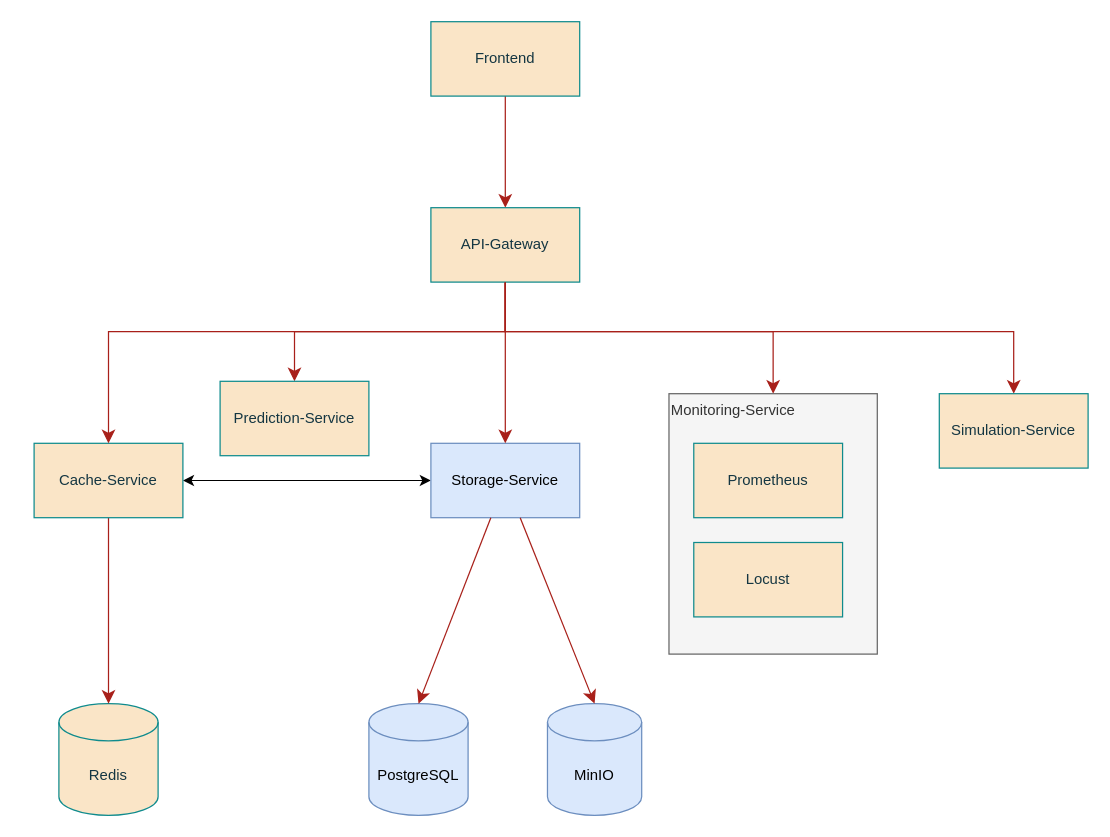
MarvMa/ARPAS-Services keeps this draw.io diagram as documentation/diagrams/Architecture-diagram.drawio. Above is the earlier version. Source tidied: cells renumbered, new cells numbered last; positions are measured from the earlier drawing's top-left corner, leaving out a move shared by most shapes. Both pictures are drawn from the tidied source at 124%, with x=0, y=0 at pixel (33, 21).
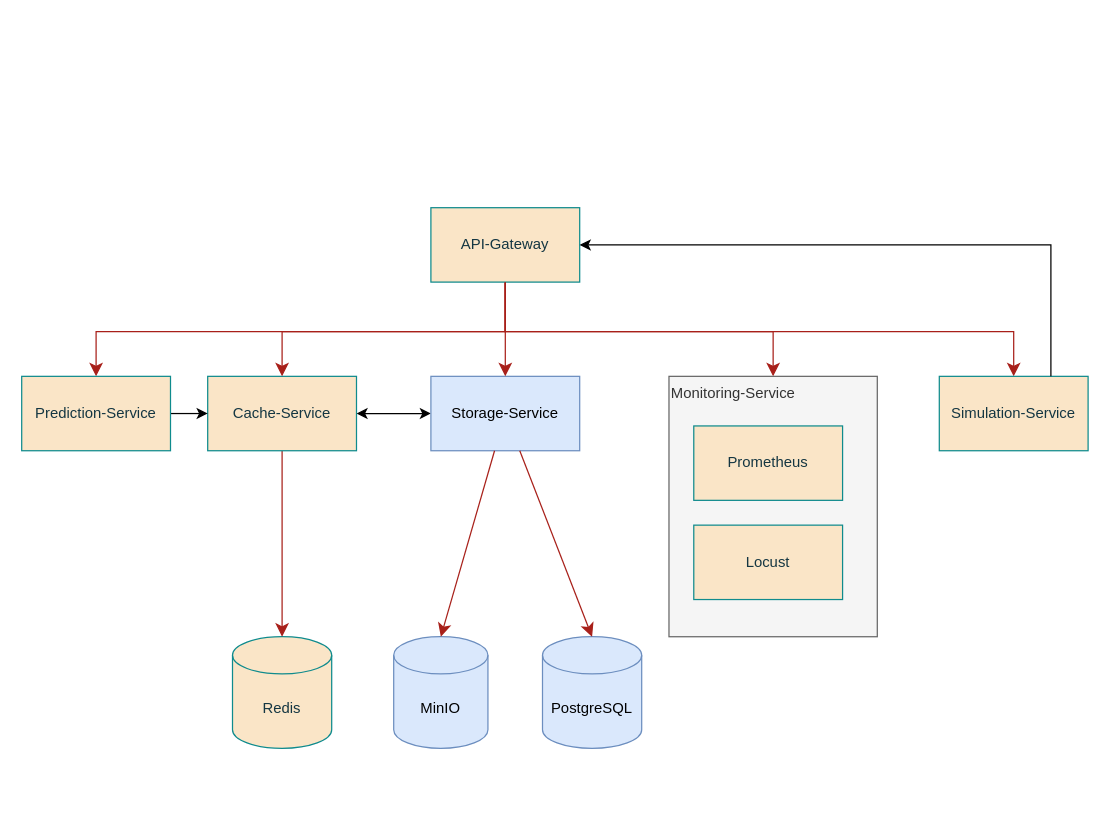
After the change.

The change refers to these unchanged cells:
```xml
<mxCell id="10" value="API-Gateway" style="rounded=0;whiteSpace=wrap;html=1;labelBackgroundColor=none;fillColor=#FAE5C7;strokeColor=#0F8B8D;fontColor=#143642;" parent="1" vertex="1">
  <mxGeometry x="320" y="150" width="120" height="60" as="geometry" />
</mxCell>
```

Diff of the diagram source:
```diff
@@
     <mxCell id="3" value="Storage-Service" style="rounded=0;whiteSpace=wrap;html=1;labelBackgroundColor=none;fillColor=#dae8fc;strokeColor=#6c8ebf;" parent="1" vertex="1">
-      <mxGeometry x="320" y="340" width="120" height="60" as="geometry" />
+      <mxGeometry x="320" y="286" width="120" height="60" as="geometry" />
     </mxCell>
-    <mxCell id="4" style="edgeStyle=none;curved=1;rounded=0;jettySize=auto;html=1;fontSize=12;startSize=8;endSize=8;labelBackgroundColor=none;strokeColor=#A8201A;fontColor=default;" parent="1" edge="1" source="5" target="10">
-      <mxGeometry relative="1" as="geometry" />
-    </mxCell>
-    <mxCell id="5" value="Frontend" style="rounded=0;whiteSpace=wrap;html=1;labelBackgroundColor=none;fillColor=#FAE5C7;strokeColor=#0F8B8D;fontColor=#143642;" parent="1" vertex="1">
-      <mxGeometry x="320" width="120" height="60" as="geometry" />
-    </mxCell>
@@
     <mxCell id="8" style="edgeStyle=none;curved=0;rounded=0;jettySize=auto;html=1;entryX=0.5;entryY=0;entryDx=0;entryDy=0;fontSize=12;startSize=8;endSize=8;labelBackgroundColor=none;strokeColor=#A8201A;fontColor=default;" parent="1" edge="1" source="10" target="19">
       <mxGeometry relative="1" as="geometry">
         <Array as="points">
           <mxPoint x="380" y="250" />
-          <mxPoint x="210" y="250" />
+          <mxPoint x="50" y="250" />
         </Array>
       </mxGeometry>
     </mxCell>
@@
     <mxCell id="11" value="Monitoring-Service" style="rounded=0;whiteSpace=wrap;html=1;verticalAlign=top;align=left;labelBackgroundColor=none;fillColor=#f5f5f5;strokeColor=#666666;fontColor=#333333;" parent="1" vertex="1">
-      <mxGeometry x="512" y="300" width="168" height="210" as="geometry" />
+      <mxGeometry x="512" y="286" width="168" height="210" as="geometry" />
     </mxCell>
     <mxCell id="12" value="MinIO" style="shape=cylinder3;whiteSpace=wrap;html=1;boundedLbl=1;backgroundOutline=1;size=15;labelBackgroundColor=none;fillColor=#dae8fc;strokeColor=#6c8ebf;" parent="1" vertex="1">
-      <mxGeometry x="414" y="550" width="76" height="90" as="geometry" />
+      <mxGeometry x="290" y="496" width="76" height="90" as="geometry" />
     </mxCell>
     <mxCell id="13" value="PostgreSQL" style="shape=cylinder3;whiteSpace=wrap;html=1;boundedLbl=1;backgroundOutline=1;size=15;labelBackgroundColor=none;fillColor=#dae8fc;strokeColor=#6c8ebf;" parent="1" vertex="1">
-      <mxGeometry x="270" y="550" width="80" height="90" as="geometry" />
+      <mxGeometry x="410" y="496" width="80" height="90" as="geometry" />
     </mxCell>
     <mxCell id="14" value="Redis" style="shape=cylinder3;whiteSpace=wrap;html=1;boundedLbl=1;backgroundOutline=1;size=15;labelBackgroundColor=none;fillColor=#FAE5C7;strokeColor=#0F8B8D;fontColor=#143642;" parent="1" vertex="1">
-      <mxGeometry x="20" y="550" width="80" height="90" as="geometry" />
+      <mxGeometry x="160" y="496" width="80" height="90" as="geometry" />
     </mxCell>
     <mxCell id="15" value="Prometheus" style="rounded=0;whiteSpace=wrap;html=1;labelBackgroundColor=none;fillColor=#FAE5C7;strokeColor=#0F8B8D;fontColor=#143642;" parent="1" vertex="1">
-      <mxGeometry x="532" y="340" width="120" height="60" as="geometry" />
+      <mxGeometry x="532" y="326" width="120" height="60" as="geometry" />
     </mxCell>
     <mxCell id="16" value="Locust" style="rounded=0;whiteSpace=wrap;html=1;labelBackgroundColor=none;fillColor=#FAE5C7;strokeColor=#0F8B8D;fontColor=#143642;" parent="1" vertex="1">
-      <mxGeometry x="532" y="420" width="120" height="60" as="geometry" />
+      <mxGeometry x="532" y="406" width="120" height="60" as="geometry" />
     </mxCell>
@@
     <mxCell id="18" value="Cache-Service" style="rounded=0;whiteSpace=wrap;html=1;labelBackgroundColor=none;fillColor=#FAE5C7;strokeColor=#0F8B8D;fontColor=#143642;" parent="1" vertex="1">
-      <mxGeometry y="340" width="120" height="60" as="geometry" />
+      <mxGeometry x="140" y="286" width="120" height="60" as="geometry" />
     </mxCell>
+    <mxCell id="24" style="edgeStyle=orthogonalEdgeStyle;rounded=0;jettySize=auto;html=1;" parent="1" edge="1" source="19" target="18">
+      <mxGeometry relative="1" as="geometry">
+        <Array as="points">
+          <mxPoint x="210" y="316" />
+        </Array>
+      </mxGeometry>
+    </mxCell>
     <mxCell id="19" value="Prediction-Service" style="rounded=0;whiteSpace=wrap;html=1;labelBackgroundColor=none;fillColor=#FAE5C7;strokeColor=#0F8B8D;fontColor=#143642;" parent="1" vertex="1">
-      <mxGeometry x="150" y="290" width="120" height="60" as="geometry" />
+      <mxGeometry x="-10" y="286" width="120" height="60" as="geometry" />
     </mxCell>
     <mxCell id="20" style="edgeStyle=none;curved=0;rounded=0;jettySize=auto;html=1;fontSize=12;startSize=8;endSize=8;entryX=0.5;entryY=0;entryDx=0;entryDy=0;labelBackgroundColor=none;strokeColor=#A8201A;fontColor=default;" parent="1" edge="1" source="10" target="18">
       <mxGeometry relative="1" as="geometry">
         <Array as="points">
           <mxPoint x="380" y="250" />
-          <mxPoint x="60" y="250" />
+          <mxPoint x="200" y="250" />
         </Array>
       </mxGeometry>
     </mxCell>
@@
     <mxCell id="23" value="Simulation-Service" style="rounded=0;whiteSpace=wrap;html=1;labelBackgroundColor=none;fillColor=#FAE5C7;strokeColor=#0F8B8D;fontColor=#143642;" parent="1" vertex="1">
-      <mxGeometry x="730" y="300" width="120" height="60" as="geometry" />
+      <mxGeometry x="730" y="286" width="120" height="60" as="geometry" />
     </mxCell>
+    <mxCell id="25" style="edgeStyle=orthogonalEdgeStyle;rounded=0;jettySize=auto;html=1;entryX=1;entryY=0.5;entryDx=0;entryDy=0;exitX=0.75;exitY=0;exitDx=0;exitDy=0;" parent="1" edge="1" source="23" target="10">
+      <mxGeometry relative="1" as="geometry">
+        <Array as="points">
+          <mxPoint x="820" y="180" />
+        </Array>
+      </mxGeometry>
+    </mxCell>
```
